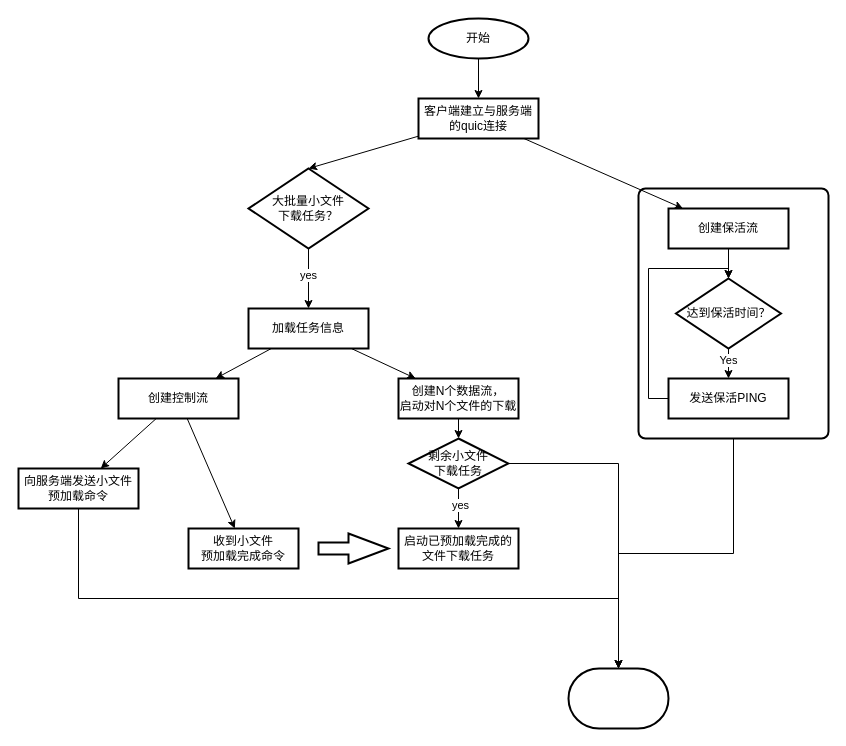
This is quic小文件下载.drawio from comtjz/CodeFlagment, a draw.io file, before an edit. Source tidied: cells renumbered, new cells numbered last; positions are measured from the earlier drawing's top-left corner, leaving out a move shared by most shapes. Both pictures are drawn from the tidied source at 100%, with x=0, y=0 at pixel (18, 18).
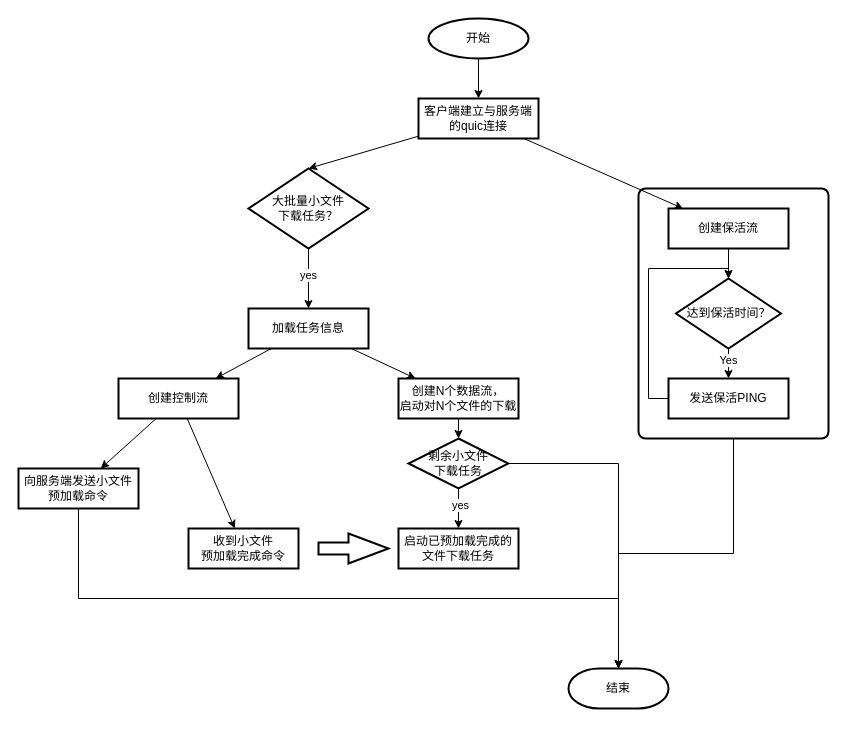
The same page after the edit.

Commit message (it also covers changes not shown here):
更新quic小文件下载.drawio

Change to the diagram source:
```diff
@@
-    <mxCell id="36" style="strokeWidth=2;html=1;shape=mxgraph.flowchart.terminator;whiteSpace=wrap;fillStyle=auto;fillColor=none;" parent="1" vertex="1">
-      <mxGeometry x="550" y="650" width="100" height="60" as="geometry" />
+    <mxCell id="36" value="结束" style="strokeWidth=2;html=1;shape=mxgraph.flowchart.terminator;whiteSpace=wrap;fillStyle=auto;fillColor=none;" parent="1" vertex="1">
+      <mxGeometry x="550" y="650" width="100" height="40" as="geometry" />
     </mxCell>
```
